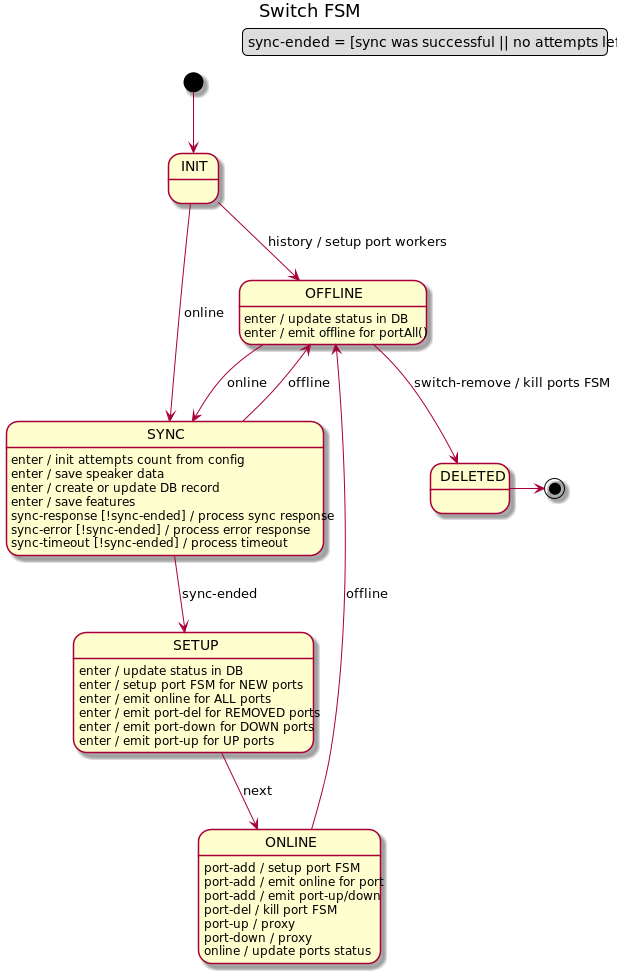
telstra/open-kilda keeps this PlantUML diagram as docs/design/network-discovery/switch-FSM.png. Above is the earlier version.
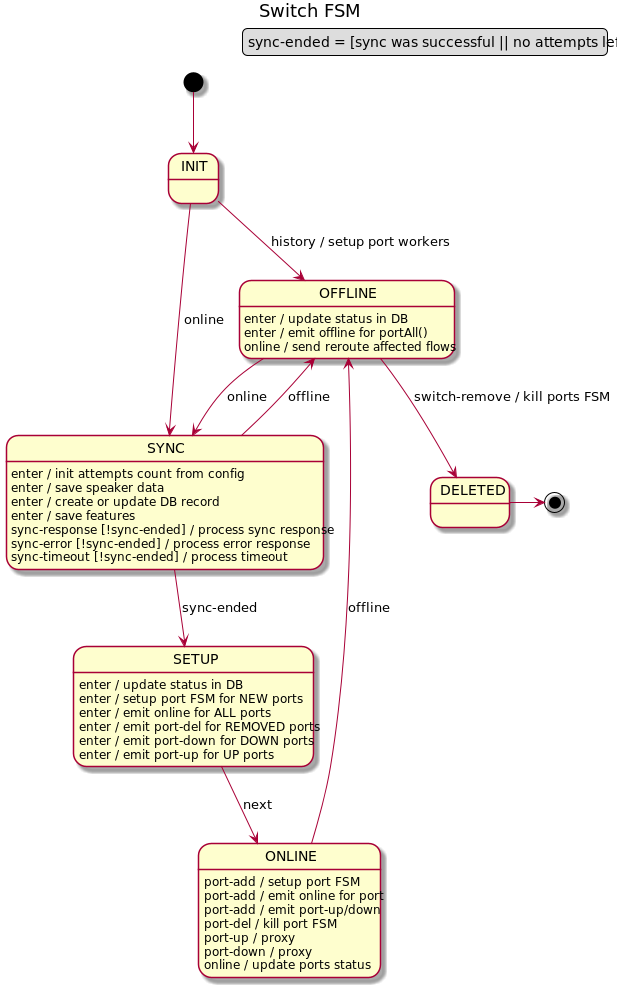
After the change.

Diff of the diagram source:
```diff
@@ -39,6 +39,7 @@
 
 OFFLINE : enter / update status in DB
 OFFLINE : enter / emit offline for portAll()
+OFFLINE : online / send reroute affected flows
 OFFLINE --> SYNC : online
 OFFLINE --> DELETED: switch-remove / kill ports FSM
 DELETED -> [*]
```
